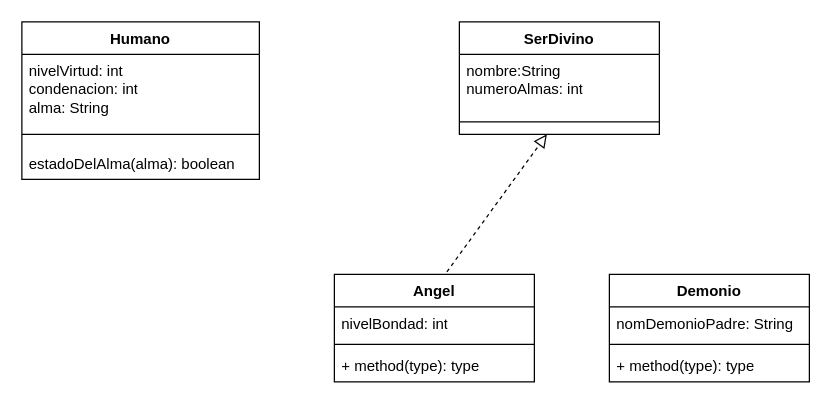
Above: diagrama_de_clases_relacionales_req2.drawio in HimarRH/ActividadesEntornos (draw.io), before the change. Source tidied: cells renumbered, new cells numbered last; positions are measured from the earlier drawing's top-left corner, leaving out a move shared by most shapes. Both pictures are drawn from the tidied source at 125%, with x=0, y=0 at pixel (21, 21).
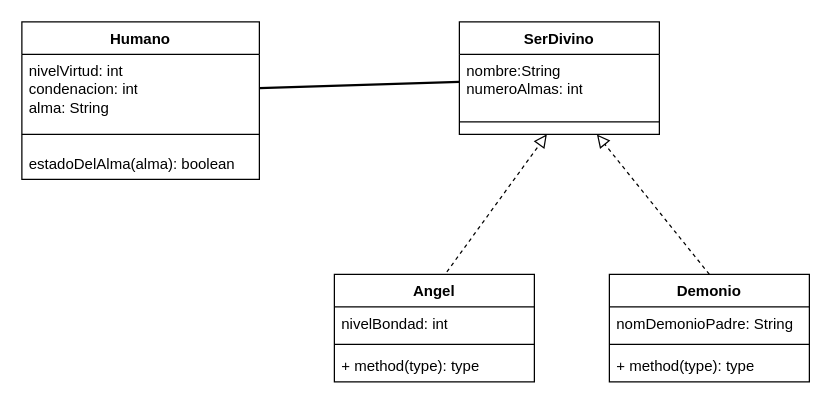
The same diagram, later.

Unchanged cells that the change refers to:
```xml
<mxCell id="3" value="&lt;div&gt;nivelVirtud: int&lt;/div&gt;&lt;div&gt;condenacion: int&lt;/div&gt;&lt;div&gt;alma: String&lt;br&gt;&lt;/div&gt;" style="text;strokeColor=none;fillColor=none;align=left;verticalAlign=top;spacingLeft=4;spacingRight=4;overflow=hidden;points=[[0,0.5],[1,0.5]];portConstraint=eastwest;whiteSpace=wrap;html=1;" parent="2" vertex="1">
  <mxGeometry y="26" width="190" height="54" as="geometry" />
</mxCell>
<mxCell id="7" value="&lt;div&gt;nombre:String&lt;/div&gt;&lt;div&gt;numeroAlmas: int&lt;br&gt;&lt;/div&gt;" style="text;strokeColor=none;fillColor=none;align=left;verticalAlign=top;spacingLeft=4;spacingRight=4;overflow=hidden;points=[[0,0.5],[1,0.5]];portConstraint=eastwest;whiteSpace=wrap;html=1;" parent="6" vertex="1">
  <mxGeometry y="26" width="160" height="44" as="geometry" />
</mxCell>
<mxCell id="14" value="Demonio" style="swimlane;fontStyle=1;align=center;verticalAlign=top;horizontal=1;startSize=26;whiteSpace=wrap;html=1;" parent="1" vertex="1">
  <mxGeometry x="470" y="202" width="160" height="86" as="geometry" />
</mxCell>
```

The edit, as a diff of the source:
```diff
@@
+    <mxCell id="18" style="endArrow=block;startArrow=none;endFill=0;startFill=0;endSize=8;html=1;verticalAlign=bottom;dashed=1;labelBackgroundColor=none;rounded=0;exitX=0.5;exitY=0;exitDx=0;exitDy=0;" parent="1" edge="1" source="14">
+      <mxGeometry relative="1" as="geometry">
+        <mxPoint x="460" y="90" as="targetPoint" />
+      </mxGeometry>
+    </mxCell>
+    <mxCell id="19" style="endArrow=none;startArrow=none;endFill=0;startFill=0;endSize=8;html=1;verticalAlign=bottom;labelBackgroundColor=none;strokeWidth=2;rounded=0;exitX=1;exitY=0.5;exitDx=0;exitDy=0;entryX=0;entryY=0.5;entryDx=0;entryDy=0;" parent="1" edge="1" source="3" target="7">
+      <mxGeometry relative="1" as="geometry" />
+    </mxCell>
```
